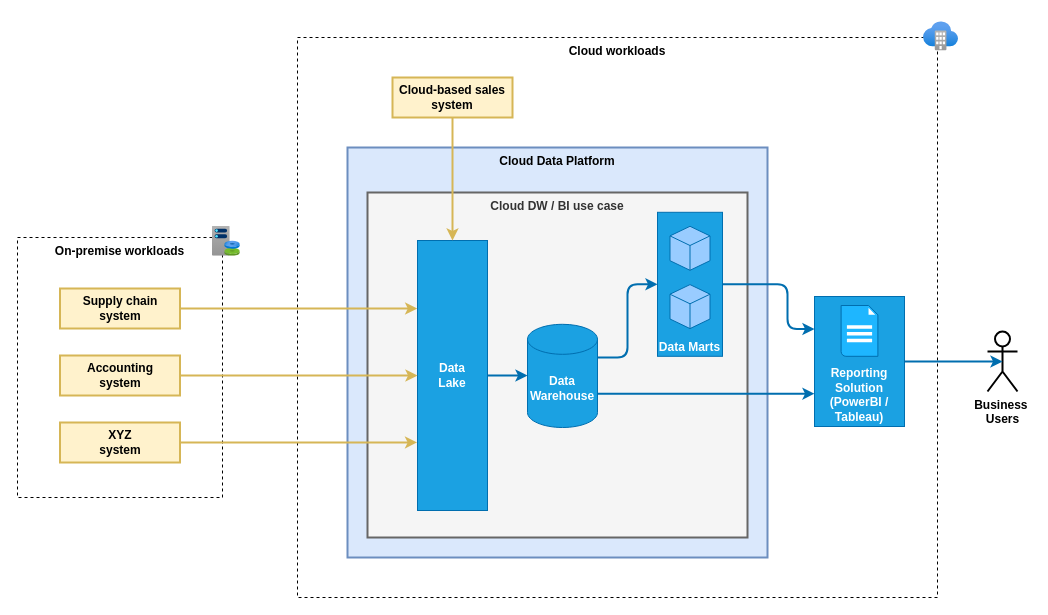
This is page "Page-4" (3 of 13) of assets/diagrams.drawio from wojciech-jakubowski/wojciech-jakubowski.github.io, a draw.io file, before an edit. Source tidied: cells renumbered, new cells numbered last; positions are measured from the earlier drawing's top-left corner, leaving out a move shared by most shapes. Both pictures are drawn from the tidied source at 100%, with x=0, y=0 at pixel (17, 17).
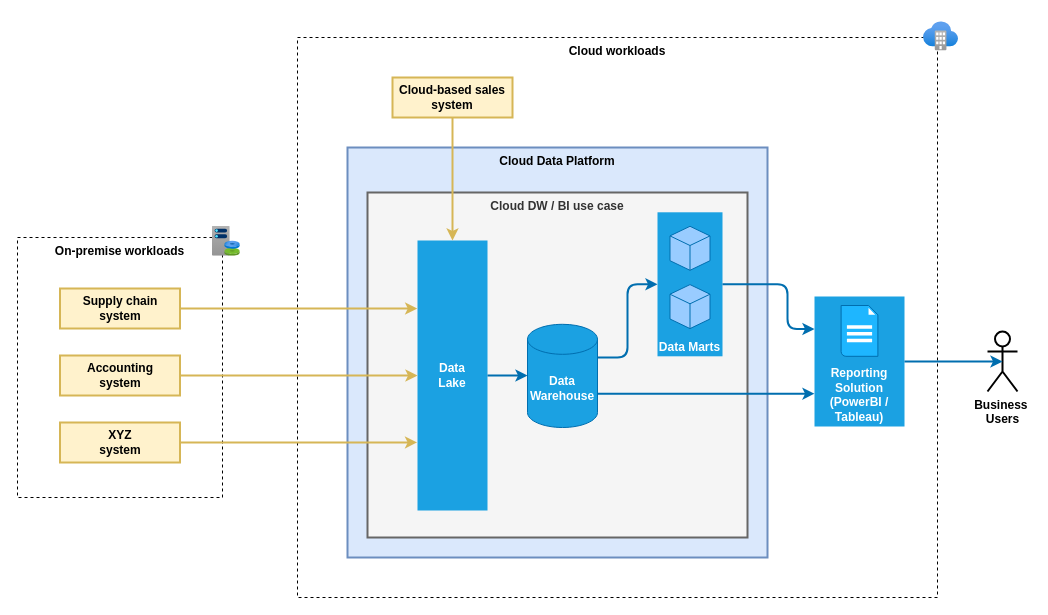
Above is the later version.

Diff of the diagram source:
```diff
@@
-    <mxCell id="13" value="Data &lt;br&gt;Lake" style="rounded=0;whiteSpace=wrap;html=1;strokeWidth=1;fontColor=#ffffff;fillColor=#1ba1e2;strokeColor=#006EAF;fontStyle=1;" parent="1" vertex="1">
+    <mxCell id="13" value="Data &lt;br&gt;Lake" style="rounded=0;whiteSpace=wrap;html=1;strokeWidth=1;fontColor=#ffffff;fillColor=#1ba1e2;fontStyle=1;strokeColor=none;" parent="1" vertex="1">
       <mxGeometry x="400" y="223" width="70" height="270" as="geometry" />
     </mxCell>
@@
-    <mxCell id="16" value="Reporting Solution&lt;br&gt;(PowerBI / Tableau)" style="rounded=0;whiteSpace=wrap;html=1;strokeWidth=1;fillColor=#1ba1e2;fontColor=#ffffff;fontStyle=1;strokeColor=#006EAF;verticalAlign=bottom;" parent="1" vertex="1">
+    <mxCell id="16" value="Reporting Solution&lt;br&gt;(PowerBI / Tableau)" style="rounded=0;whiteSpace=wrap;html=1;strokeWidth=1;fillColor=#1ba1e2;fontColor=#ffffff;fontStyle=1;verticalAlign=bottom;strokeColor=none;" parent="1" vertex="1">
       <mxGeometry x="797" y="279" width="90" height="130" as="geometry" />
     </mxCell>
@@
-    <mxCell id="23" value="Data Marts" style="text;html=1;strokeColor=#006EAF;align=center;verticalAlign=bottom;whiteSpace=wrap;fontColor=#ffffff;strokeWidth=1;fontStyle=1;fillColor=#1ba1e2;" parent="1" vertex="1">
+    <mxCell id="23" value="Data Marts" style="text;html=1;align=center;verticalAlign=bottom;whiteSpace=wrap;fontColor=#ffffff;strokeWidth=1;fontStyle=1;fillColor=#1ba1e2;" parent="1" vertex="1">
       <mxGeometry x="640" y="194.8" width="65" height="144" as="geometry" />
     </mxCell>
```
